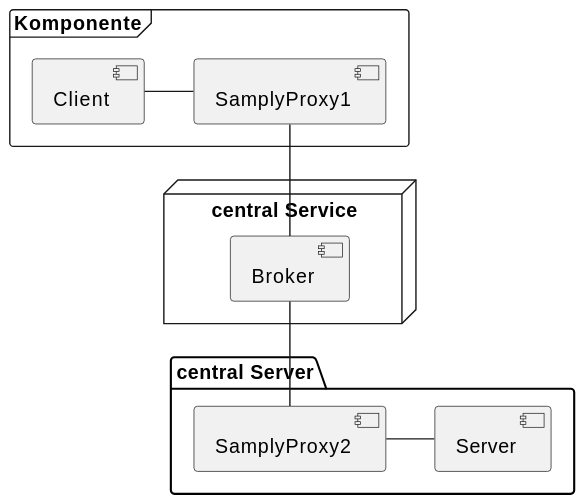
Before: out/Projekte/Verbis/BasicBeam/BasicBeam.svg, a diagram exported from PlantUML (Martin1088/Plantuml-With-Screenreader).
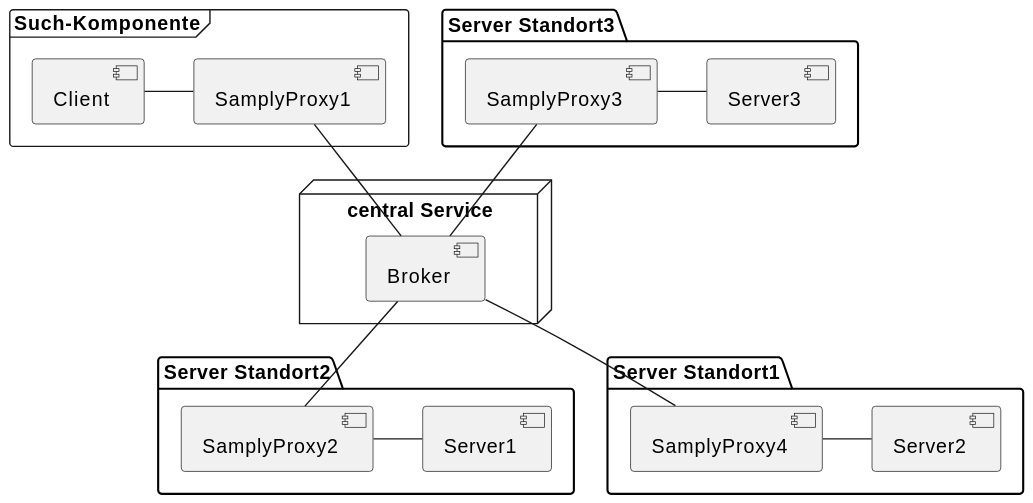
Above is the later version.

Change to the diagram source:
```diff
@@ -1,5 +1,5 @@
 @startuml
-frame "Komponente"{
+frame "Such-Komponente"{
     [Client]
     [SamplyProxy1]
 }
@@ -9,13 +9,28 @@
 }
 
 
-package "central Server" {
+package "Server Standort2" {
     [SamplyProxy2]
-    [Server]
+    [Server1]
 }
+
+package "Server Standort1" {
+    [SamplyProxy4]
+    [Server2]
+}
+
+package "Server Standort3" {
+    [SamplyProxy3]
+    [Server3]
+}
+
 
 [Client] - [SamplyProxy1]
 [SamplyProxy1] -- [Broker]
+[SamplyProxy3] -- [Broker]
 [Broker] -- [SamplyProxy2]
-[SamplyProxy2] - [Server]
+[Broker] -- [SamplyProxy4]
+[SamplyProxy2] - [Server1]
+[SamplyProxy4] - [Server2]
+[SamplyProxy3] - [Server3]
 @enduml
```
